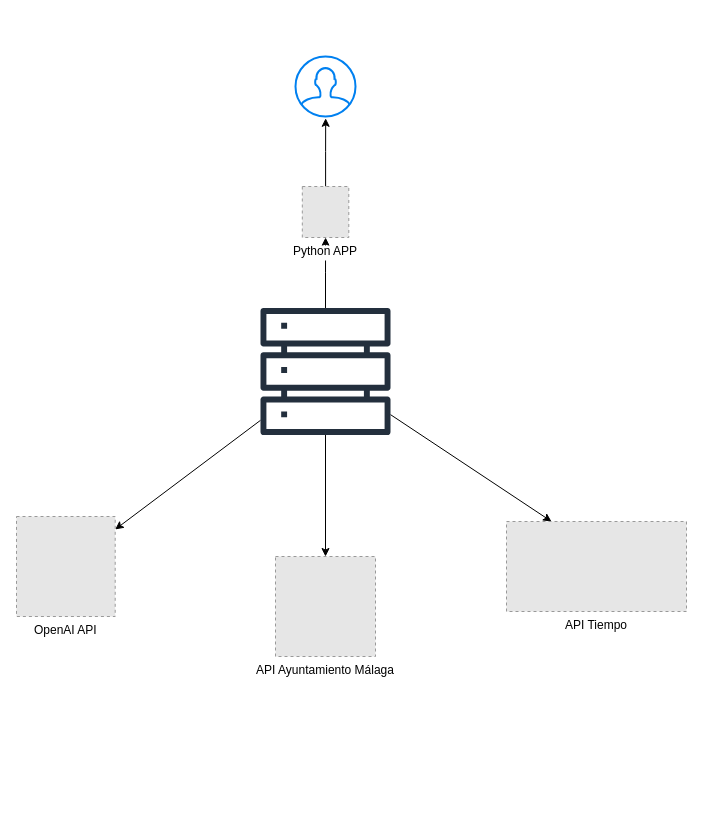
alberto-atk/TFM keeps this draw.io diagram as media/diseño arquitectonico.drawio. Above is the earlier version. Source tidied: cells renumbered, new cells numbered last; positions are measured from the earlier drawing's top-left corner, leaving out a move shared by most shapes. Both pictures are drawn from the tidied source at 100%, with x=0, y=0 at pixel (16, 56). Pictures stored in the file or linked from it are replaced by grey dashed boxes.
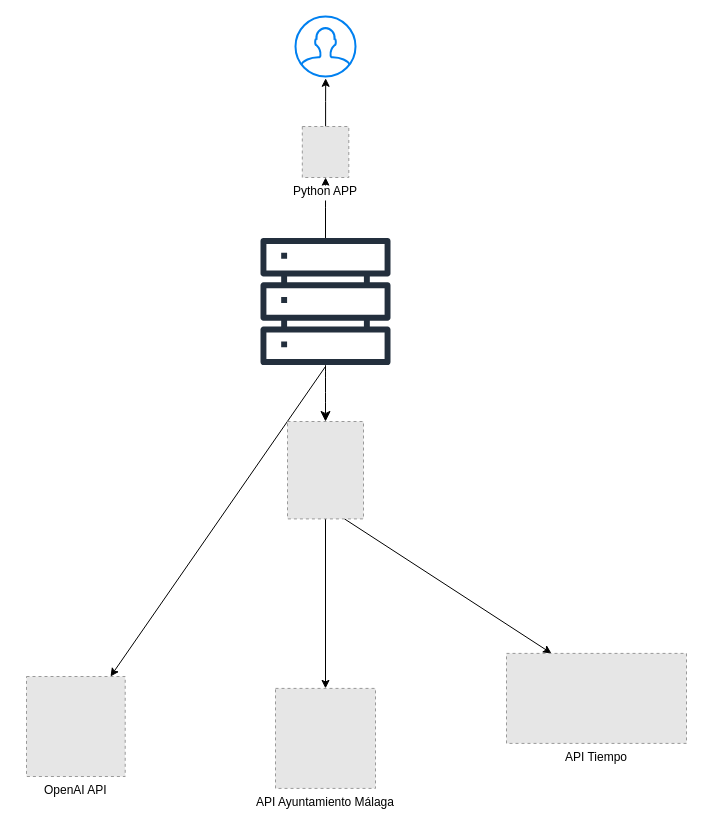
After the change.

Diff of the diagram source:
```diff
@@
 <mxGraphModel>
   <root>
     <mxCell id="0" />
     <mxCell id="1" parent="0" />
     <mxCell id="2" style="edgeStyle=orthogonalEdgeStyle;rounded=0;jettySize=auto;html=1;" parent="1" edge="1" source="6" target="10">
       <mxGeometry relative="1" as="geometry" />
     </mxCell>
-    <mxCell id="3" style="rounded=0;jettySize=auto;html=1;" parent="1" edge="1" source="6" target="8">
-      <mxGeometry relative="1" as="geometry" />
+    <mxCell id="3" style="rounded=0;jettySize=auto;html=1;" parent="1" edge="1" target="8">
+      <mxGeometry relative="1" as="geometry">
+        <mxPoint x="309" y="310" as="sourcePoint" />
+      </mxGeometry>
     </mxCell>
-    <mxCell id="4" style="edgeStyle=orthogonalEdgeStyle;rounded=0;jettySize=auto;html=1;entryX=0.5;entryY=0;entryDx=0;entryDy=0;" parent="1" edge="1" source="6" target="11">
+    <mxCell id="4" style="edgeStyle=orthogonalEdgeStyle;rounded=0;jettySize=auto;html=1;entryX=0.5;entryY=0;entryDx=0;entryDy=0;exitX=0.5;exitY=1;exitDx=0;exitDy=0;" parent="1" edge="1" source="14" target="11">
       <mxGeometry relative="1" as="geometry" />
     </mxCell>
-    <mxCell id="5" style="rounded=0;jettySize=auto;html=1;entryX=0.25;entryY=0;entryDx=0;entryDy=0;" parent="1" edge="1" source="6" target="12">
+    <mxCell id="5" style="rounded=0;jettySize=auto;html=1;entryX=0.25;entryY=0;entryDx=0;entryDy=0;exitX=0.75;exitY=1;exitDx=0;exitDy=0;" parent="1" edge="1" source="14" target="12">
       <mxGeometry relative="1" as="geometry" />
     </mxCell>
+    <mxCell id="13" style="edgeStyle=none;curved=1;rounded=0;jettySize=auto;html=1;entryX=0.5;entryY=0;entryDx=0;entryDy=0;fontSize=12;startSize=8;endSize=8;" parent="1" edge="1" source="6" target="14">
+      <mxGeometry relative="1" as="geometry" />
+    </mxCell>
     <mxCell id="6" style="sketch=0;outlineConnect=0;fontColor=#232F3E;gradientColor=none;fillColor=#232F3D;strokeColor=none;dashed=0;verticalLabelPosition=bottom;verticalAlign=top;align=center;html=1;fontSize=12;fontStyle=0;shape=mxgraph.aws4.servers;" parent="1" vertex="1">
-      <mxGeometry x="244" y="250" width="130" height="130" as="geometry" />
+      <mxGeometry x="244" y="180" width="130" height="130" as="geometry" />
     </mxCell>
     <mxCell id="7" style="html=1;verticalLabelPosition=bottom;align=center;labelBackgroundColor=#ffffff;verticalAlign=top;strokeWidth=2;strokeColor=#0080F0;shadow=0;dashed=0;shape=mxgraph.ios7.icons.user;" parent="1" vertex="1">
-      <mxGeometry x="279" width="60" height="60" as="geometry" />
+      <mxGeometry x="279" y="-40" width="60" height="60" as="geometry" />
     </mxCell>
     <mxCell id="8" value="OpenAI API" style="fillColor=#E6E6E6;strokeColor=#999999;dashed=1;verticalLabelPosition=bottom;labelBackgroundColor=default;verticalAlign=top;" parent="1" vertex="1">
-      <mxGeometry y="460" width="98.7" height="100" as="geometry" />
+      <mxGeometry x="10" y="620" width="98.7" height="100" as="geometry" />
     </mxCell>
     <mxCell id="9" style="edgeStyle=orthogonalEdgeStyle;rounded=0;jettySize=auto;html=1;entryX=0.503;entryY=1.03;entryDx=0;entryDy=0;entryPerimeter=0;" parent="1" edge="1" source="10" target="7">
       <mxGeometry relative="1" as="geometry" />
     </mxCell>
     <mxCell id="10" value="Python APP" style="fillColor=#E6E6E6;strokeColor=#999999;dashed=1;verticalLabelPosition=bottom;labelBackgroundColor=default;verticalAlign=top;" parent="1" vertex="1">
-      <mxGeometry x="285.8" y="130" width="46.5" height="51" as="geometry" />
+      <mxGeometry x="285.8" y="70" width="46.5" height="51" as="geometry" />
     </mxCell>
     <mxCell id="11" value="API Ayuntamiento Málaga" style="fillColor=#E6E6E6;strokeColor=#999999;dashed=1;verticalLabelPosition=bottom;labelBackgroundColor=default;verticalAlign=top;" parent="1" vertex="1">
-      <mxGeometry x="259" y="500" width="100" height="100" as="geometry" />
+      <mxGeometry x="259" y="631.9" width="100" height="100" as="geometry" />
     </mxCell>
     <mxCell id="12" value="API Tiempo" style="fillColor=#E6E6E6;strokeColor=#999999;dashed=1;verticalLabelPosition=bottom;labelBackgroundColor=default;verticalAlign=top;" parent="1" vertex="1">
-      <mxGeometry x="490" y="465" width="180" height="90" as="geometry" />
+      <mxGeometry x="490" y="596.9" width="180" height="90" as="geometry" />
     </mxCell>
+    <mxCell id="14" style="fillColor=#E6E6E6;strokeColor=#999999;dashed=1;verticalLabelPosition=bottom;labelBackgroundColor=default;verticalAlign=top;" parent="1" vertex="1">
+      <mxGeometry x="271" y="365" width="76" height="97.4" as="geometry" />
+    </mxCell>
   </root>
 </mxGraphModel>
```
